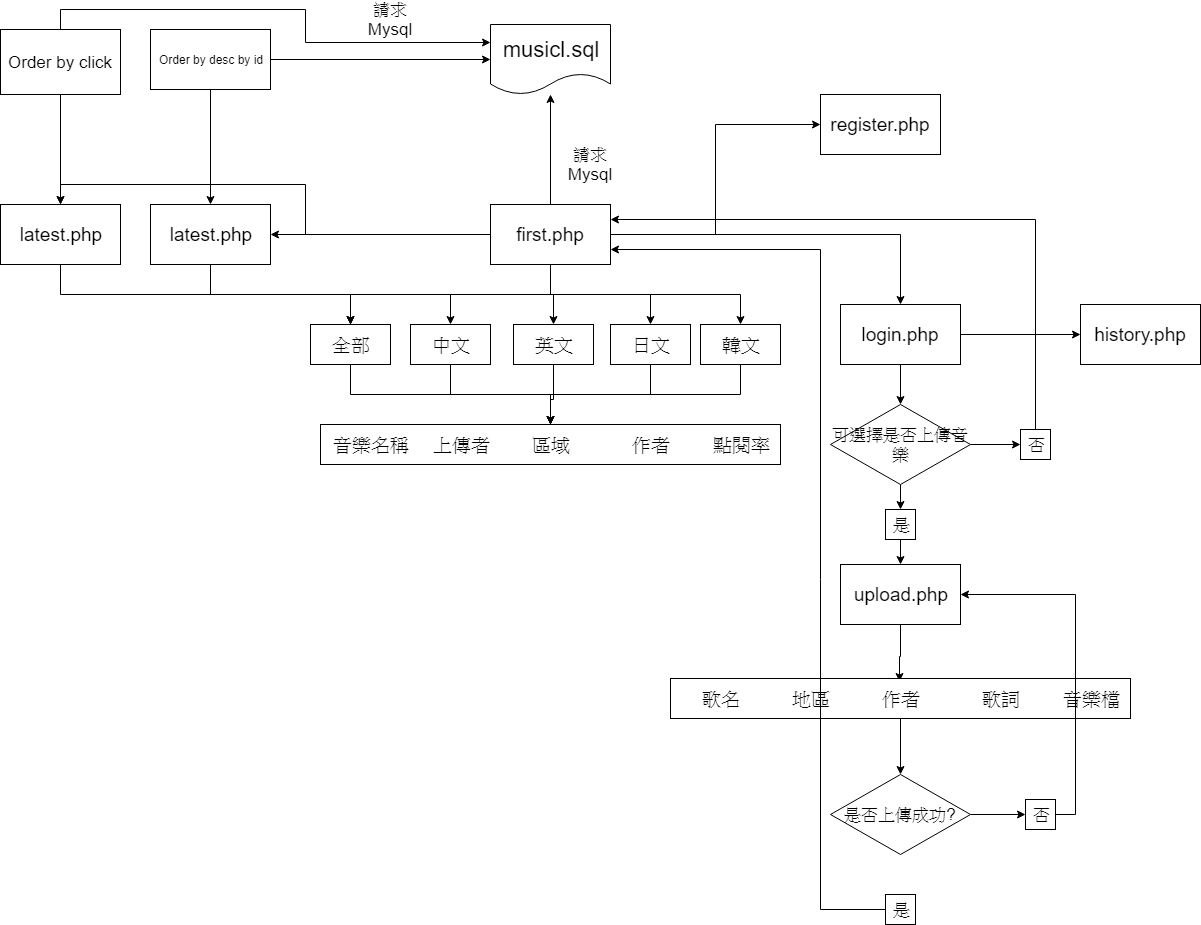
Earlier version of the draw.io export images/flowchart.PNG (YueHsien/music). Source tidied: cells renumbered, new cells last; positions are measured from the earlier drawing's top-left corner, leaving out a move shared by most shapes. Source of this version:
```xml
<mxGraphModel>
  <root>
    <mxCell id="0" />
    <mxCell id="1" parent="0" />
    <mxCell id="2" style="edgeStyle=orthogonalEdgeStyle;rounded=0;jettySize=auto;html=1;exitX=0;exitY=0.5;exitDx=0;exitDy=0;entryX=1;entryY=0.5;entryDx=0;entryDy=0;fontSize=19;" parent="1" edge="1" source="12" target="30">
      <mxGeometry relative="1" as="geometry" />
    </mxCell>
    <mxCell id="3" style="edgeStyle=orthogonalEdgeStyle;rounded=0;jettySize=auto;html=1;exitX=0.5;exitY=0;exitDx=0;exitDy=0;" parent="1" edge="1" source="12" target="31">
      <mxGeometry relative="1" as="geometry" />
    </mxCell>
    <mxCell id="4" style="edgeStyle=orthogonalEdgeStyle;rounded=0;jettySize=auto;html=1;exitX=0;exitY=0.5;exitDx=0;exitDy=0;entryX=0.5;entryY=0;entryDx=0;entryDy=0;fontSize=17;" parent="1" edge="1" source="12" target="37">
      <mxGeometry relative="1" as="geometry" />
    </mxCell>
    <mxCell id="5" style="edgeStyle=orthogonalEdgeStyle;rounded=0;jettySize=auto;html=1;exitX=1;exitY=0.5;exitDx=0;exitDy=0;entryX=0;entryY=0.5;entryDx=0;entryDy=0;fontSize=17;" parent="1" edge="1" source="12" target="42">
      <mxGeometry relative="1" as="geometry" />
    </mxCell>
    <mxCell id="6" style="edgeStyle=orthogonalEdgeStyle;rounded=0;jettySize=auto;html=1;exitX=1;exitY=0.5;exitDx=0;exitDy=0;fontSize=17;" parent="1" edge="1" source="12" target="45">
      <mxGeometry relative="1" as="geometry" />
    </mxCell>
    <mxCell id="7" style="edgeStyle=orthogonalEdgeStyle;rounded=0;jettySize=auto;html=1;exitX=0.5;exitY=1;exitDx=0;exitDy=0;entryX=0.5;entryY=0;entryDx=0;entryDy=0;fontSize=17;" parent="1" edge="1" source="12" target="16">
      <mxGeometry relative="1" as="geometry" />
    </mxCell>
    <mxCell id="8" style="edgeStyle=orthogonalEdgeStyle;rounded=0;jettySize=auto;html=1;exitX=0.5;exitY=1;exitDx=0;exitDy=0;entryX=0.5;entryY=0;entryDx=0;entryDy=0;fontSize=17;" parent="1" edge="1" source="12" target="14">
      <mxGeometry relative="1" as="geometry" />
    </mxCell>
    <mxCell id="9" style="edgeStyle=orthogonalEdgeStyle;rounded=0;jettySize=auto;html=1;exitX=0.5;exitY=1;exitDx=0;exitDy=0;entryX=0.5;entryY=0;entryDx=0;entryDy=0;fontSize=17;" parent="1" edge="1" source="12" target="22">
      <mxGeometry relative="1" as="geometry" />
    </mxCell>
    <mxCell id="10" style="edgeStyle=orthogonalEdgeStyle;rounded=0;jettySize=auto;html=1;exitX=0.5;exitY=1;exitDx=0;exitDy=0;entryX=0.5;entryY=0;entryDx=0;entryDy=0;fontSize=17;" parent="1" edge="1" source="12" target="18">
      <mxGeometry relative="1" as="geometry" />
    </mxCell>
    <mxCell id="11" style="edgeStyle=orthogonalEdgeStyle;rounded=0;jettySize=auto;html=1;exitX=0.5;exitY=1;exitDx=0;exitDy=0;fontSize=17;" parent="1" edge="1" source="12" target="20">
      <mxGeometry relative="1" as="geometry" />
    </mxCell>
    <mxCell id="12" value="&lt;font style=&quot;font-size: 19px&quot;&gt;first.php&lt;/font&gt;" style="rounded=0;whiteSpace=wrap;html=1;" parent="1" vertex="1">
      <mxGeometry x="490" y="195" width="120" height="60" as="geometry" />
    </mxCell>
    <mxCell id="13" style="edgeStyle=orthogonalEdgeStyle;rounded=0;jettySize=auto;html=1;exitX=0.5;exitY=1;exitDx=0;exitDy=0;entryX=0.5;entryY=0;entryDx=0;entryDy=0;fontSize=17;" parent="1" edge="1" source="14" target="23">
      <mxGeometry relative="1" as="geometry" />
    </mxCell>
    <mxCell id="14" value="中文" style="rounded=0;whiteSpace=wrap;html=1;fontSize=19;" parent="1" vertex="1">
      <mxGeometry x="410" y="315" width="80" height="40" as="geometry" />
    </mxCell>
    <mxCell id="15" style="edgeStyle=orthogonalEdgeStyle;rounded=0;jettySize=auto;html=1;exitX=0.5;exitY=1;exitDx=0;exitDy=0;entryX=0.5;entryY=0;entryDx=0;entryDy=0;fontSize=17;" parent="1" edge="1" source="16" target="26">
      <mxGeometry relative="1" as="geometry" />
    </mxCell>
    <mxCell id="16" value="英文" style="rounded=0;whiteSpace=wrap;html=1;fontSize=19;" parent="1" vertex="1">
      <mxGeometry x="513" y="315" width="80" height="40" as="geometry" />
    </mxCell>
    <mxCell id="17" style="edgeStyle=orthogonalEdgeStyle;rounded=0;jettySize=auto;html=1;exitX=0.5;exitY=1;exitDx=0;exitDy=0;fontSize=17;" parent="1" edge="1" source="18">
      <mxGeometry relative="1" as="geometry">
        <mxPoint x="550" y="415" as="targetPoint" />
      </mxGeometry>
    </mxCell>
    <mxCell id="18" value="日文" style="rounded=0;whiteSpace=wrap;html=1;fontSize=19;" parent="1" vertex="1">
      <mxGeometry x="610" y="315" width="80" height="40" as="geometry" />
    </mxCell>
    <mxCell id="19" style="edgeStyle=orthogonalEdgeStyle;rounded=0;jettySize=auto;html=1;exitX=0.5;exitY=1;exitDx=0;exitDy=0;fontSize=17;" parent="1" edge="1" source="20">
      <mxGeometry relative="1" as="geometry">
        <mxPoint x="550" y="415" as="targetPoint" />
      </mxGeometry>
    </mxCell>
    <mxCell id="20" value="韓文" style="rounded=0;whiteSpace=wrap;html=1;fontSize=19;" parent="1" vertex="1">
      <mxGeometry x="700" y="315" width="80" height="40" as="geometry" />
    </mxCell>
    <mxCell id="21" style="edgeStyle=orthogonalEdgeStyle;rounded=0;jettySize=auto;html=1;exitX=0.5;exitY=1;exitDx=0;exitDy=0;entryX=0.5;entryY=0;entryDx=0;entryDy=0;fontSize=17;" parent="1" edge="1" source="22" target="23">
      <mxGeometry relative="1" as="geometry" />
    </mxCell>
    <mxCell id="22" value="全部" style="rounded=0;whiteSpace=wrap;html=1;fontSize=19;" parent="1" vertex="1">
      <mxGeometry x="310" y="315" width="80" height="40" as="geometry" />
    </mxCell>
    <mxCell id="23" style="rounded=0;whiteSpace=wrap;html=1;fontSize=19;" parent="1" vertex="1">
      <mxGeometry x="320" y="415" width="460" height="40" as="geometry" />
    </mxCell>
    <mxCell id="24" value="音樂名稱" style="text;html=1;strokeColor=none;fillColor=none;align=center;verticalAlign=middle;whiteSpace=wrap;rounded=0;fontSize=19;" parent="1" vertex="1">
      <mxGeometry x="330" y="425" width="80" height="20" as="geometry" />
    </mxCell>
    <mxCell id="25" value="上傳者" style="text;html=1;strokeColor=none;fillColor=none;align=center;verticalAlign=middle;whiteSpace=wrap;rounded=0;fontSize=19;" parent="1" vertex="1">
      <mxGeometry x="420" y="425" width="80" height="20" as="geometry" />
    </mxCell>
    <mxCell id="26" value="區域" style="text;html=1;strokeColor=none;fillColor=none;align=center;verticalAlign=middle;whiteSpace=wrap;rounded=0;fontSize=19;" parent="1" vertex="1">
      <mxGeometry x="510" y="425" width="80" height="20" as="geometry" />
    </mxCell>
    <mxCell id="27" value="作者" style="text;html=1;strokeColor=none;fillColor=none;align=center;verticalAlign=middle;whiteSpace=wrap;rounded=0;fontSize=19;" parent="1" vertex="1">
      <mxGeometry x="610" y="425" width="80" height="20" as="geometry" />
    </mxCell>
    <mxCell id="28" value="點閱率" style="text;html=1;strokeColor=none;fillColor=none;align=center;verticalAlign=middle;whiteSpace=wrap;rounded=0;fontSize=19;" parent="1" vertex="1">
      <mxGeometry x="700" y="425" width="80" height="20" as="geometry" />
    </mxCell>
    <mxCell id="29" style="edgeStyle=orthogonalEdgeStyle;rounded=0;jettySize=auto;html=1;exitX=0.5;exitY=1;exitDx=0;exitDy=0;fontSize=17;" parent="1" edge="1" source="30" target="22">
      <mxGeometry relative="1" as="geometry" />
    </mxCell>
    <mxCell id="30" value="&lt;span style=&quot;font-size: 19px&quot;&gt;latest.php&lt;/span&gt;" style="rounded=0;whiteSpace=wrap;html=1;" parent="1" vertex="1">
      <mxGeometry x="150" y="195" width="120" height="60" as="geometry" />
    </mxCell>
    <mxCell id="31" value="&lt;font style=&quot;font-size: 22px&quot;&gt;musicl.sql&lt;/font&gt;" style="shape=document;whiteSpace=wrap;html=1;boundedLbl=1;" parent="1" vertex="1">
      <mxGeometry x="490" y="15" width="120" height="70" as="geometry" />
    </mxCell>
    <mxCell id="32" style="edgeStyle=orthogonalEdgeStyle;rounded=0;jettySize=auto;html=1;exitX=0.5;exitY=1;exitDx=0;exitDy=0;" parent="1" edge="1" source="34" target="30">
      <mxGeometry relative="1" as="geometry" />
    </mxCell>
    <mxCell id="33" style="edgeStyle=orthogonalEdgeStyle;rounded=0;jettySize=auto;html=1;exitX=1;exitY=0.5;exitDx=0;exitDy=0;entryX=0;entryY=0.5;entryDx=0;entryDy=0;fontSize=17;" parent="1" edge="1" source="34" target="31">
      <mxGeometry relative="1" as="geometry" />
    </mxCell>
    <mxCell id="34" value="Order by desc by id" style="rounded=0;whiteSpace=wrap;html=1;" parent="1" vertex="1">
      <mxGeometry x="150" y="20" width="120" height="60" as="geometry" />
    </mxCell>
    <mxCell id="35" value="請求Mysql" style="text;html=1;strokeColor=none;fillColor=none;align=center;verticalAlign=middle;whiteSpace=wrap;rounded=0;fontSize=17;" parent="1" vertex="1">
      <mxGeometry x="550" y="145" width="80" height="20" as="geometry" />
    </mxCell>
    <mxCell id="36" style="edgeStyle=orthogonalEdgeStyle;rounded=0;jettySize=auto;html=1;exitX=0.5;exitY=1;exitDx=0;exitDy=0;entryX=0.5;entryY=0;entryDx=0;entryDy=0;fontSize=17;" parent="1" edge="1" source="37" target="22">
      <mxGeometry relative="1" as="geometry" />
    </mxCell>
    <mxCell id="37" value="&lt;span style=&quot;font-size: 19px&quot;&gt;latest.php&lt;/span&gt;" style="rounded=0;whiteSpace=wrap;html=1;" parent="1" vertex="1">
      <mxGeometry y="195" width="120" height="60" as="geometry" />
    </mxCell>
    <mxCell id="38" style="edgeStyle=orthogonalEdgeStyle;rounded=0;jettySize=auto;html=1;exitX=0.5;exitY=1;exitDx=0;exitDy=0;fontSize=17;" parent="1" edge="1" source="40" target="37">
      <mxGeometry relative="1" as="geometry" />
    </mxCell>
    <mxCell id="39" style="edgeStyle=orthogonalEdgeStyle;rounded=0;jettySize=auto;html=1;exitX=0.5;exitY=0;exitDx=0;exitDy=0;entryX=0;entryY=0.25;entryDx=0;entryDy=0;fontSize=17;" parent="1" edge="1" source="40" target="31">
      <mxGeometry relative="1" as="geometry" />
    </mxCell>
    <mxCell id="40" value="Order by click" style="rounded=0;whiteSpace=wrap;html=1;fontSize=17;" parent="1" vertex="1">
      <mxGeometry y="20" width="120" height="65" as="geometry" />
    </mxCell>
    <mxCell id="41" value="請求Mysql" style="text;html=1;strokeColor=none;fillColor=none;align=center;verticalAlign=middle;whiteSpace=wrap;rounded=0;fontSize=17;" parent="1" vertex="1">
      <mxGeometry x="350" width="80" height="20" as="geometry" />
    </mxCell>
    <mxCell id="42" value="&lt;font style=&quot;font-size: 19px&quot;&gt;register.php&lt;/font&gt;" style="rounded=0;whiteSpace=wrap;html=1;" parent="1" vertex="1">
      <mxGeometry x="820" y="85" width="120" height="60" as="geometry" />
    </mxCell>
    <mxCell id="43" style="edgeStyle=orthogonalEdgeStyle;rounded=0;jettySize=auto;html=1;exitX=0.5;exitY=1;exitDx=0;exitDy=0;entryX=0.5;entryY=0;entryDx=0;entryDy=0;fontSize=17;" parent="1" edge="1" source="45" target="49">
      <mxGeometry relative="1" as="geometry" />
    </mxCell>
    <mxCell id="44" style="edgeStyle=orthogonalEdgeStyle;rounded=0;jettySize=auto;html=1;fontSize=17;" parent="1" edge="1" source="45" target="46">
      <mxGeometry relative="1" as="geometry" />
    </mxCell>
    <mxCell id="45" value="&lt;span style=&quot;font-size: 19px&quot;&gt;login.php&lt;/span&gt;" style="rounded=0;whiteSpace=wrap;html=1;" parent="1" vertex="1">
      <mxGeometry x="840" y="295" width="120" height="60" as="geometry" />
    </mxCell>
    <mxCell id="46" value="&lt;span style=&quot;font-size: 19px&quot;&gt;history.php&lt;/span&gt;" style="rounded=0;whiteSpace=wrap;html=1;" parent="1" vertex="1">
      <mxGeometry x="1080" y="295" width="120" height="60" as="geometry" />
    </mxCell>
    <mxCell id="47" style="edgeStyle=orthogonalEdgeStyle;rounded=0;jettySize=auto;html=1;exitX=0.5;exitY=1;exitDx=0;exitDy=0;entryX=0.5;entryY=0;entryDx=0;entryDy=0;fontSize=17;" parent="1" edge="1" source="49" target="51">
      <mxGeometry relative="1" as="geometry" />
    </mxCell>
    <mxCell id="48" style="edgeStyle=orthogonalEdgeStyle;rounded=0;jettySize=auto;html=1;exitX=1;exitY=0.5;exitDx=0;exitDy=0;entryX=0;entryY=0.5;entryDx=0;entryDy=0;fontSize=17;" parent="1" edge="1" source="49" target="53">
      <mxGeometry relative="1" as="geometry" />
    </mxCell>
    <mxCell id="49" value="可選擇是否上傳音樂" style="rhombus;whiteSpace=wrap;html=1;fontSize=17;" parent="1" vertex="1">
      <mxGeometry x="830" y="395" width="140" height="80" as="geometry" />
    </mxCell>
    <mxCell id="50" style="edgeStyle=orthogonalEdgeStyle;rounded=0;jettySize=auto;html=1;exitX=0.5;exitY=1;exitDx=0;exitDy=0;entryX=0.5;entryY=0;entryDx=0;entryDy=0;fontSize=17;" parent="1" edge="1" source="51" target="55">
      <mxGeometry relative="1" as="geometry" />
    </mxCell>
    <mxCell id="51" value="是" style="whiteSpace=wrap;html=1;fontSize=17;" parent="1" vertex="1">
      <mxGeometry x="885" y="500" width="30" height="30" as="geometry" />
    </mxCell>
    <mxCell id="52" style="edgeStyle=orthogonalEdgeStyle;rounded=0;jettySize=auto;html=1;exitX=0.5;exitY=0;exitDx=0;exitDy=0;entryX=1;entryY=0.25;entryDx=0;entryDy=0;fontSize=17;" parent="1" edge="1" source="53" target="12">
      <mxGeometry relative="1" as="geometry" />
    </mxCell>
    <mxCell id="53" value="否" style="whiteSpace=wrap;html=1;fontSize=17;" parent="1" vertex="1">
      <mxGeometry x="1020" y="420" width="30" height="30" as="geometry" />
    </mxCell>
    <mxCell id="54" style="edgeStyle=orthogonalEdgeStyle;rounded=0;jettySize=auto;html=1;exitX=0.5;exitY=1;exitDx=0;exitDy=0;entryX=0.488;entryY=-0.35;entryDx=0;entryDy=0;entryPerimeter=0;fontSize=17;" parent="1" edge="1" source="55" target="60">
      <mxGeometry relative="1" as="geometry" />
    </mxCell>
    <mxCell id="55" value="&lt;span style=&quot;font-size: 19px&quot;&gt;upload.php&lt;/span&gt;" style="rounded=0;whiteSpace=wrap;html=1;" parent="1" vertex="1">
      <mxGeometry x="840" y="555" width="120" height="60" as="geometry" />
    </mxCell>
    <mxCell id="56" style="edgeStyle=orthogonalEdgeStyle;rounded=0;jettySize=auto;html=1;exitX=0.5;exitY=1;exitDx=0;exitDy=0;entryX=0.5;entryY=0;entryDx=0;entryDy=0;fontSize=17;" parent="1" edge="1" source="57" target="64">
      <mxGeometry relative="1" as="geometry" />
    </mxCell>
    <mxCell id="57" style="rounded=0;whiteSpace=wrap;html=1;fontSize=19;" parent="1" vertex="1">
      <mxGeometry x="670" y="669" width="460" height="40" as="geometry" />
    </mxCell>
    <mxCell id="58" value="歌名" style="text;html=1;strokeColor=none;fillColor=none;align=center;verticalAlign=middle;whiteSpace=wrap;rounded=0;fontSize=19;" parent="1" vertex="1">
      <mxGeometry x="680" y="679" width="80" height="20" as="geometry" />
    </mxCell>
    <mxCell id="59" value="地區" style="text;html=1;strokeColor=none;fillColor=none;align=center;verticalAlign=middle;whiteSpace=wrap;rounded=0;fontSize=19;" parent="1" vertex="1">
      <mxGeometry x="770" y="679" width="80" height="20" as="geometry" />
    </mxCell>
    <mxCell id="60" value="作者" style="text;html=1;strokeColor=none;fillColor=none;align=center;verticalAlign=middle;whiteSpace=wrap;rounded=0;fontSize=19;" parent="1" vertex="1">
      <mxGeometry x="860" y="679" width="80" height="20" as="geometry" />
    </mxCell>
    <mxCell id="61" value="歌詞" style="text;html=1;strokeColor=none;fillColor=none;align=center;verticalAlign=middle;whiteSpace=wrap;rounded=0;fontSize=19;" parent="1" vertex="1">
      <mxGeometry x="960" y="679" width="80" height="20" as="geometry" />
    </mxCell>
    <mxCell id="62" value="音樂檔" style="text;html=1;strokeColor=none;fillColor=none;align=center;verticalAlign=middle;whiteSpace=wrap;rounded=0;fontSize=19;" parent="1" vertex="1">
      <mxGeometry x="1050" y="679" width="80" height="20" as="geometry" />
    </mxCell>
    <mxCell id="63" style="edgeStyle=orthogonalEdgeStyle;rounded=0;jettySize=auto;html=1;exitX=1;exitY=0.5;exitDx=0;exitDy=0;entryX=0;entryY=0.5;entryDx=0;entryDy=0;fontSize=17;" parent="1" edge="1" source="64" target="66">
      <mxGeometry relative="1" as="geometry" />
    </mxCell>
    <mxCell id="64" value="是否上傳成功?" style="rhombus;whiteSpace=wrap;html=1;fontSize=17;" parent="1" vertex="1">
      <mxGeometry x="830" y="765" width="140" height="80" as="geometry" />
    </mxCell>
    <mxCell id="65" style="edgeStyle=orthogonalEdgeStyle;rounded=0;jettySize=auto;html=1;exitX=1;exitY=0.5;exitDx=0;exitDy=0;entryX=1;entryY=0.5;entryDx=0;entryDy=0;fontSize=17;" parent="1" edge="1" source="66" target="55">
      <mxGeometry relative="1" as="geometry" />
    </mxCell>
    <mxCell id="66" value="否" style="whiteSpace=wrap;html=1;fontSize=17;" parent="1" vertex="1">
      <mxGeometry x="1025" y="790" width="30" height="30" as="geometry" />
    </mxCell>
    <mxCell id="67" style="edgeStyle=orthogonalEdgeStyle;rounded=0;jettySize=auto;html=1;exitX=0;exitY=0.5;exitDx=0;exitDy=0;entryX=1;entryY=0.75;entryDx=0;entryDy=0;fontSize=17;" parent="1" edge="1" source="68" target="12">
      <mxGeometry relative="1" as="geometry">
        <Array as="points">
          <mxPoint x="820" y="900" />
          <mxPoint x="820" y="240" />
        </Array>
      </mxGeometry>
    </mxCell>
    <mxCell id="68" value="是" style="whiteSpace=wrap;html=1;fontSize=17;" parent="1" vertex="1">
      <mxGeometry x="885" y="885" width="30" height="30" as="geometry" />
    </mxCell>
  </root>
</mxGraphModel>
```
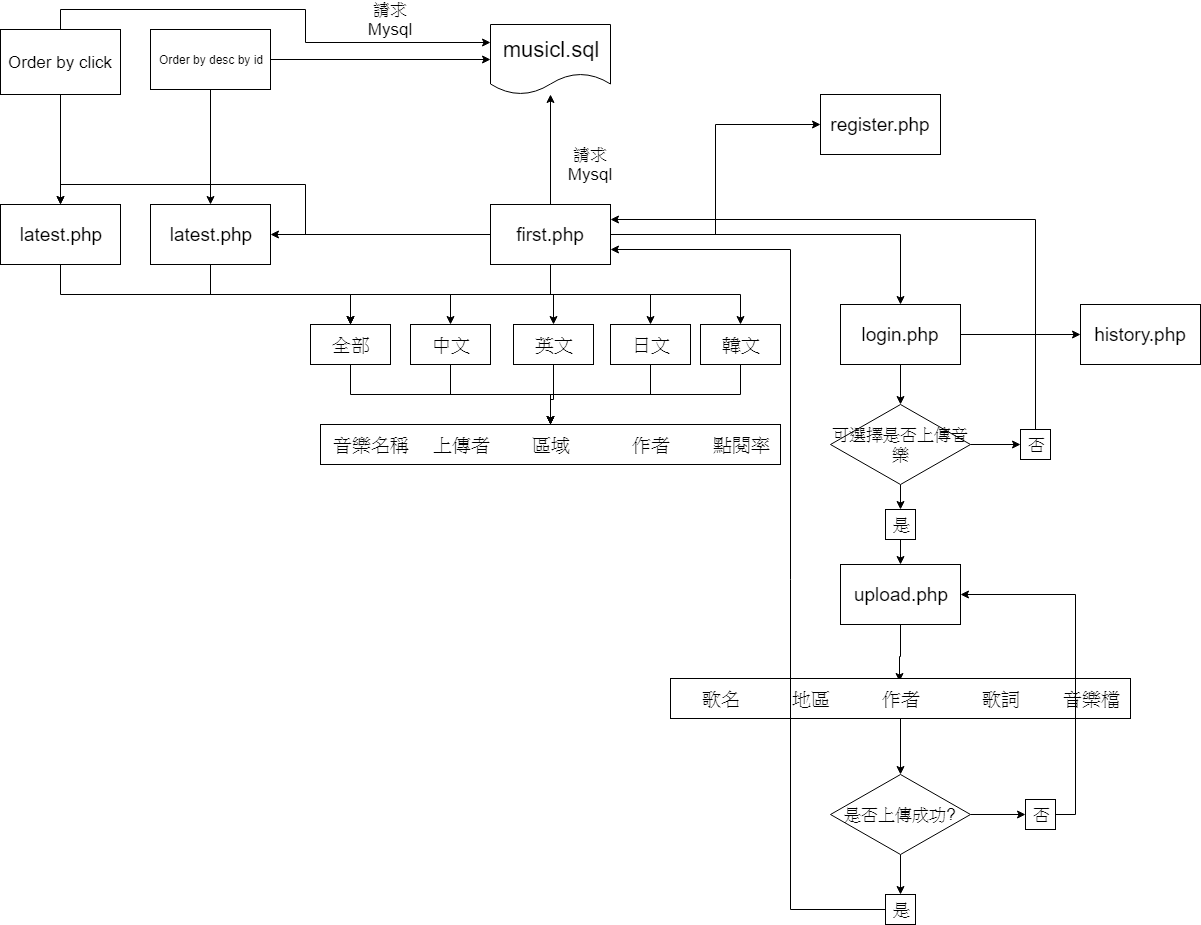
The same file after the commit.

Diff of the diagram source:
```diff
@@ -192,6 +192,9 @@
     <mxCell id="63" style="edgeStyle=orthogonalEdgeStyle;rounded=0;jettySize=auto;html=1;exitX=1;exitY=0.5;exitDx=0;exitDy=0;entryX=0;entryY=0.5;entryDx=0;entryDy=0;fontSize=17;" parent="1" edge="1" source="64" target="66">
       <mxGeometry relative="1" as="geometry" />
     </mxCell>
+    <mxCell id="69" style="edgeStyle=orthogonalEdgeStyle;rounded=0;jettySize=auto;html=1;exitX=0.5;exitY=1;exitDx=0;exitDy=0;entryX=0.5;entryY=0;entryDx=0;entryDy=0;" parent="1" edge="1" source="64" target="68">
+      <mxGeometry relative="1" as="geometry" />
+    </mxCell>
     <mxCell id="64" value="是否上傳成功?" style="rhombus;whiteSpace=wrap;html=1;fontSize=17;" parent="1" vertex="1">
       <mxGeometry x="830" y="765" width="140" height="80" as="geometry" />
     </mxCell>
@@ -204,8 +207,8 @@
     <mxCell id="67" style="edgeStyle=orthogonalEdgeStyle;rounded=0;jettySize=auto;html=1;exitX=0;exitY=0.5;exitDx=0;exitDy=0;entryX=1;entryY=0.75;entryDx=0;entryDy=0;fontSize=17;" parent="1" edge="1" source="68" target="12">
       <mxGeometry relative="1" as="geometry">
         <Array as="points">
-          <mxPoint x="820" y="900" />
-          <mxPoint x="820" y="240" />
+          <mxPoint x="790" y="900" />
+          <mxPoint x="790" y="240" />
         </Array>
       </mxGeometry>
     </mxCell>
```
